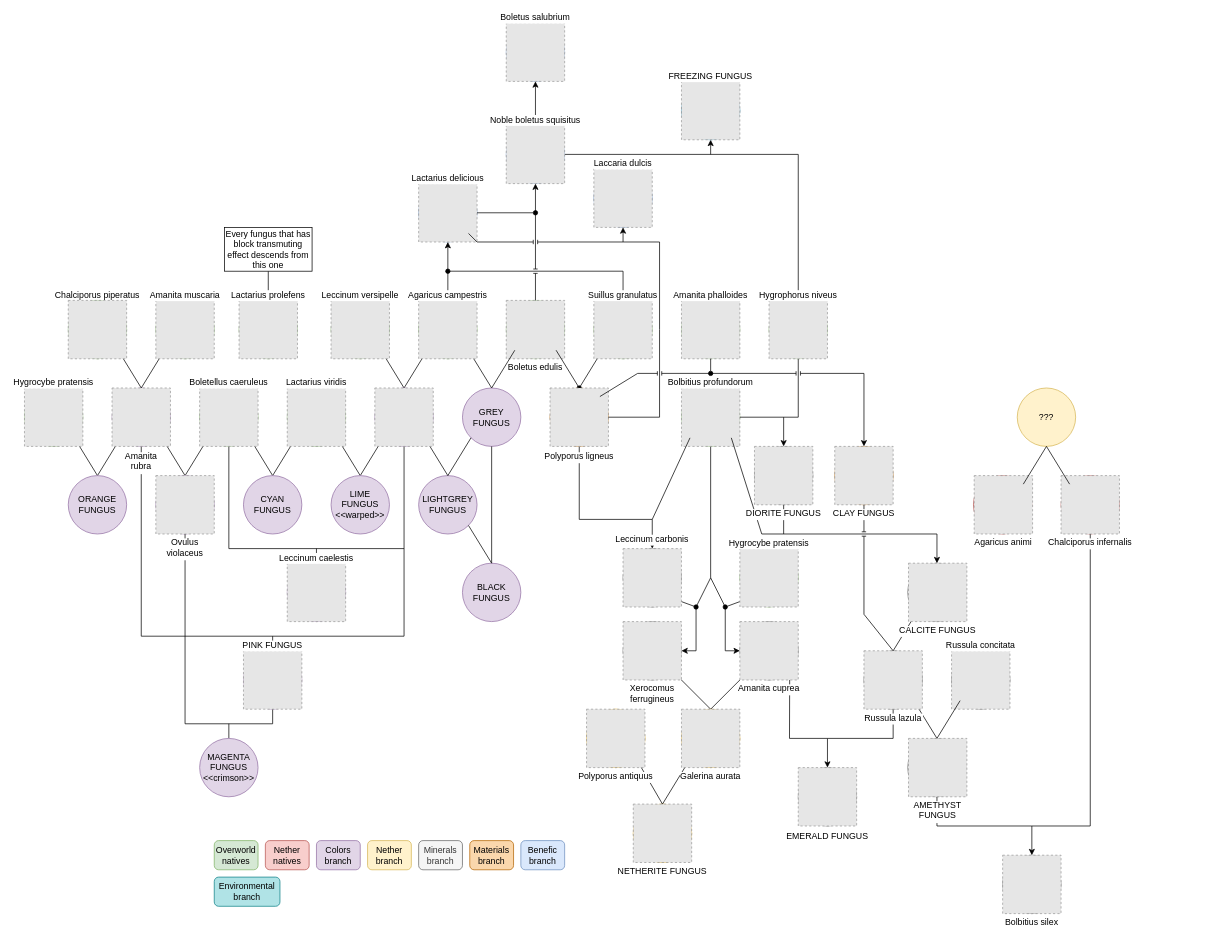
Earlier version of the draw.io diagram src/main/resources/data/mycologymod/mutations/mutations-diagram.drawio (SimoMett/MycologyMC). Source tidied: cells renumbered, new cells numbered last; positions are measured from the earlier drawing's top-left corner, leaving out a move shared by most shapes. Both pictures are drawn from the tidied source at 73%, with x=0, y=0 at pixel (24, 23). Pictures stored in the file or linked from it are replaced by grey dashed boxes.
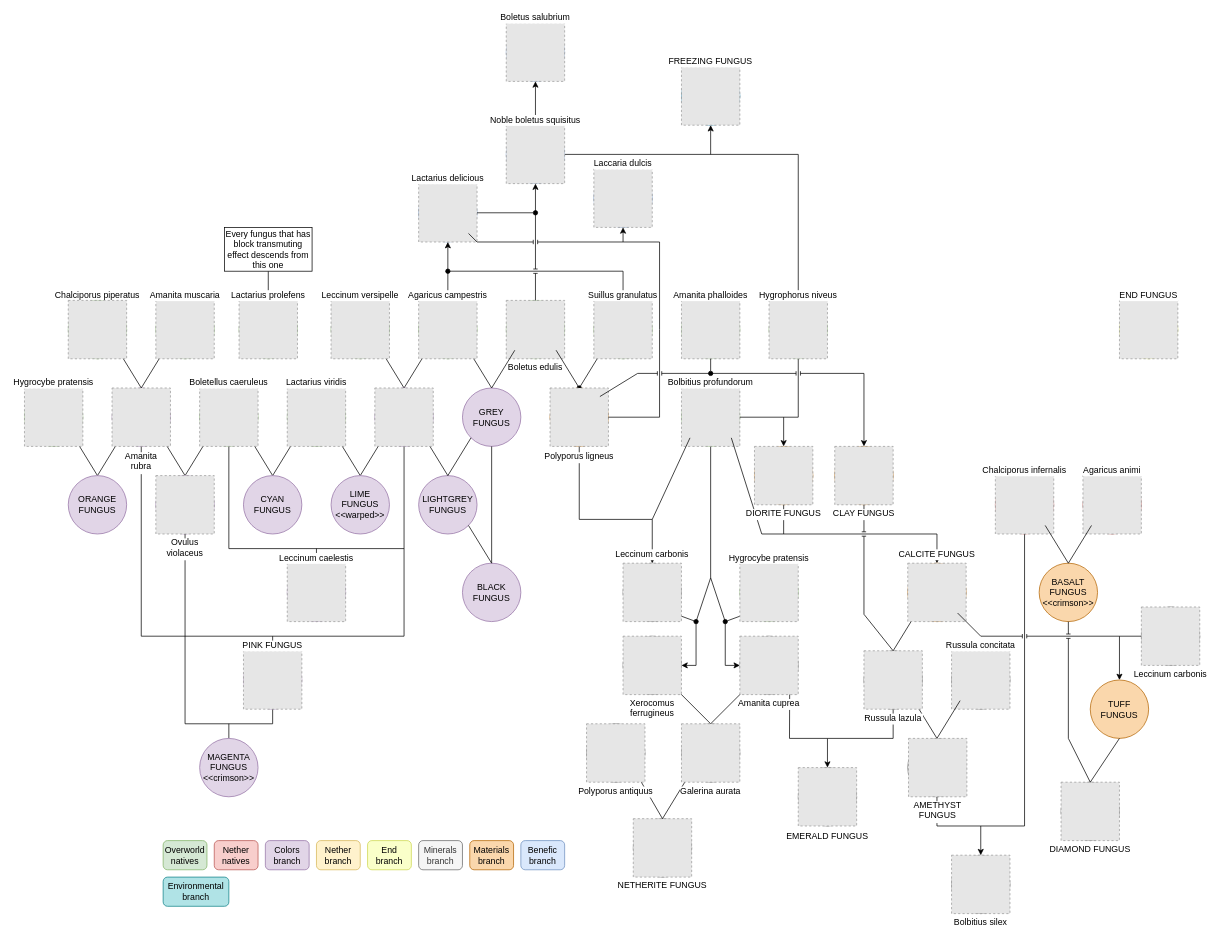
The same page after the edit.

Commit message (it also covers changes not shown here):
Added more mutations and TUFF_FUNGUS

Unchanged cells that the change refers to:
```xml
<mxCell id="21" value="CYAN&lt;br&gt;FUNGUS" style="ellipse;whiteSpace=wrap;html=1;fillColor=#e1d5e7;strokeColor=#9673a6;" parent="1" vertex="1">
  <mxGeometry x="300" y="620" width="80" height="80" as="geometry" />
</mxCell>
<mxCell id="28" value="LIME&lt;br&gt;FUNGUS&lt;br&gt;&amp;lt;&amp;lt;warped&amp;gt;&amp;gt;" style="ellipse;whiteSpace=wrap;html=1;fillColor=#e1d5e7;strokeColor=#9673a6;" parent="1" vertex="1">
  <mxGeometry x="420" y="620" width="80" height="80" as="geometry" />
</mxCell>
<mxCell id="69" style="ellipse;whiteSpace=wrap;html=1;fillColor=#d5e8d4;strokeColor=#82b366;" parent="1" vertex="1">
  <mxGeometry x="900" y="500" width="80" height="80" as="geometry" />
</mxCell>
<mxCell id="102" style="ellipse;whiteSpace=wrap;html=1;fillColor=#f5f5f5;fontColor=#333333;strokeColor=#666666;" parent="1" vertex="1">
  <mxGeometry x="1210" y="980" width="80" height="80" as="geometry" />
</mxCell>
```

Diff of the diagram source:
```diff
@@
+    <mxCell id="174" style="ellipse;whiteSpace=wrap;html=1;fillColor=#d5e8d4;strokeColor=#82b366;gradientColor=#E1D5E7;" parent="1" vertex="1">
+      <mxGeometry x="360" y="500" width="80" height="80" as="geometry" />
+    </mxCell>
     <mxCell id="2" style="ellipse;whiteSpace=wrap;html=1;fillColor=#f5f5f5;fontColor=#333333;strokeColor=#666666;" parent="1" vertex="1">
-      <mxGeometry x="1340" y="1140" width="80" height="80" as="geometry" />
+      <mxGeometry x="1270" y="1140" width="80" height="80" as="geometry" />
     </mxCell>
-    <mxCell id="3" style="ellipse;whiteSpace=wrap;html=1;fillColor=#ffe6cc;strokeColor=#d79b00;" parent="1" vertex="1">
-      <mxGeometry x="834" y="1070" width="80" height="80" as="geometry" />
+    <mxCell id="3" style="ellipse;whiteSpace=wrap;html=1;fillColor=#f5f5f5;strokeColor=#666666;fontColor=#333333;" parent="1" vertex="1">
+      <mxGeometry x="834" y="1090" width="80" height="80" as="geometry" />
     </mxCell>
@@
-    <mxCell id="18" style="ellipse;whiteSpace=wrap;html=1;fillColor=#d5e8d4;strokeColor=#82b366;" parent="1" vertex="1">
-      <mxGeometry x="360" y="500" width="80" height="80" as="geometry" />
-    </mxCell>
-    <mxCell id="19" style="endArrow=none;html=1;rounded=0;entryX=0;entryY=1;entryDx=0;entryDy=0;exitX=0.5;exitY=0;exitDx=0;exitDy=0;" parent="1" edge="1" source="21" target="18">
+    <mxCell id="19" style="endArrow=none;html=1;rounded=0;entryX=0;entryY=1;entryDx=0;entryDy=0;exitX=0.5;exitY=0;exitDx=0;exitDy=0;" parent="1" edge="1" source="21" target="174">
       <mxGeometry relative="1" as="geometry" />
     </mxCell>
@@
-    <mxCell id="27" style="endArrow=none;html=1;rounded=0;entryX=1;entryY=1;entryDx=0;entryDy=0;exitX=0.5;exitY=0;exitDx=0;exitDy=0;" parent="1" edge="1" source="28" target="18">
+    <mxCell id="27" style="endArrow=none;html=1;rounded=0;entryX=1;entryY=1;entryDx=0;entryDy=0;exitX=0.5;exitY=0;exitDx=0;exitDy=0;" parent="1" edge="1" source="28" target="174">
       <mxGeometry relative="1" as="geometry" />
     </mxCell>
@@
     <mxCell id="50" value="Overworld natives" style="rounded=1;whiteSpace=wrap;html=1;fillColor=#d5e8d4;strokeColor=#82b366;" parent="1" vertex="1">
-      <mxGeometry x="260" y="1120" width="60" height="40" as="geometry" />
+      <mxGeometry x="190" y="1120" width="60" height="40" as="geometry" />
     </mxCell>
     <mxCell id="51" value="Colors branch" style="rounded=1;whiteSpace=wrap;html=1;fillColor=#e1d5e7;strokeColor=#9673a6;" parent="1" vertex="1">
-      <mxGeometry x="400" y="1120" width="60" height="40" as="geometry" />
+      <mxGeometry x="330" y="1120" width="60" height="40" as="geometry" />
     </mxCell>
@@
     <mxCell id="60" style="ellipse;whiteSpace=wrap;html=1;fillColor=#f8cecc;strokeColor=#b85450;" parent="1" vertex="1">
-      <mxGeometry x="1420" y="620" width="80" height="80" as="geometry" />
+      <mxGeometry x="1330" y="620" width="80" height="80" as="geometry" />
     </mxCell>
     <mxCell id="61" value="Nether&lt;br&gt;natives" style="rounded=1;whiteSpace=wrap;html=1;fillColor=#f8cecc;strokeColor=#b85450;" parent="1" vertex="1">
-      <mxGeometry x="330" y="1120" width="60" height="40" as="geometry" />
+      <mxGeometry x="260" y="1120" width="60" height="40" as="geometry" />
     </mxCell>
     <mxCell id="62" style="ellipse;whiteSpace=wrap;html=1;fillColor=#f8cecc;strokeColor=#b85450;" parent="1" vertex="1">
-      <mxGeometry x="1300" y="620" width="80" height="80" as="geometry" />
+      <mxGeometry x="1450" y="620" width="80" height="80" as="geometry" />
     </mxCell>
     <mxCell id="63" value="NETHERITE FUNGUS" style="fillColor=#E6E6E6;strokeColor=#999999;dashed=1;verticalLabelPosition=bottom;labelBackgroundColor=default;verticalAlign=top;labelPosition=center;align=center;spacing=0;fontColor=default;" parent="1" vertex="1">
-      <mxGeometry x="834" y="1070" width="80" height="80" as="geometry" />
+      <mxGeometry x="834" y="1090" width="80" height="80" as="geometry" />
     </mxCell>
-    <mxCell id="64" style="ellipse;whiteSpace=wrap;html=1;fillColor=#ffe6cc;strokeColor=#d79b00;" parent="1" vertex="1">
-      <mxGeometry x="900" y="940" width="80" height="80" as="geometry" />
+    <mxCell id="64" style="ellipse;whiteSpace=wrap;html=1;fillColor=#f5f5f5;strokeColor=#666666;fontColor=#333333;" parent="1" vertex="1">
+      <mxGeometry x="900" y="960" width="80" height="80" as="geometry" />
     </mxCell>
-    <mxCell id="65" style="ellipse;whiteSpace=wrap;html=1;fillColor=#ffe6cc;strokeColor=#d79b00;" parent="1" vertex="1">
-      <mxGeometry x="770" y="940" width="80" height="80" as="geometry" />
+    <mxCell id="65" style="ellipse;whiteSpace=wrap;html=1;fillColor=#f5f5f5;strokeColor=#666666;fontColor=#333333;" parent="1" vertex="1">
+      <mxGeometry x="770" y="960" width="80" height="80" as="geometry" />
     </mxCell>
@@
     <mxCell id="68" value="Nether branch" style="rounded=1;whiteSpace=wrap;html=1;fillColor=#fff2cc;strokeColor=#d6b656;" parent="1" vertex="1">
-      <mxGeometry x="470" y="1120" width="60" height="40" as="geometry" />
+      <mxGeometry x="400" y="1120" width="60" height="40" as="geometry" />
     </mxCell>
@@
     <mxCell id="72" style="ellipse;whiteSpace=wrap;html=1;fillColor=#f5f5f5;fontColor=#333333;strokeColor=#666666;" parent="1" vertex="1">
-      <mxGeometry x="820" y="720" width="80" height="80" as="geometry" />
+      <mxGeometry x="820" y="740" width="80" height="80" as="geometry" />
     </mxCell>
@@
-    <mxCell id="74" style="endArrow=none;html=1;rounded=0;entryX=0.5;entryY=1;entryDx=0;entryDy=0;" parent="1" edge="1" target="69">
+    <mxCell id="74" style="endArrow=none;html=1;rounded=0;entryX=0.5;entryY=1;entryDx=0;entryDy=0;exitX=0;exitY=0.5;exitDx=0;exitDy=0;startArrow=classic;startFill=1;" parent="1" edge="1" source="79" target="69">
       <mxGeometry relative="1" as="geometry">
-        <mxPoint x="960" y="860" as="sourcePoint" />
         <Array as="points">
-          <mxPoint x="960" y="800" />
+          <mxPoint x="960" y="880" />
+          <mxPoint x="960" y="820" />
           <mxPoint x="940" y="760" />
         </Array>
       </mxGeometry>
     </mxCell>
@@
     <mxCell id="77" style="ellipse;whiteSpace=wrap;html=1;fillColor=#f5f5f5;fontColor=#333333;strokeColor=#666666;" parent="1" vertex="1">
-      <mxGeometry x="820" y="820" width="80" height="80" as="geometry" />
+      <mxGeometry x="820" y="840" width="80" height="80" as="geometry" />
     </mxCell>
     <mxCell id="78" style="endArrow=none;html=1;rounded=0;entryX=1;entryY=1;entryDx=0;entryDy=0;startArrow=oval;startFill=1;" parent="1" edge="1" target="72">
       <mxGeometry relative="1" as="geometry">
-        <mxPoint x="920" y="800" as="sourcePoint" />
+        <mxPoint x="920" y="820" as="sourcePoint" />
       </mxGeometry>
     </mxCell>
     <mxCell id="79" style="ellipse;whiteSpace=wrap;html=1;fillColor=#f5f5f5;fontColor=#333333;strokeColor=#666666;" parent="1" vertex="1">
-      <mxGeometry x="980" y="820" width="80" height="80" as="geometry" />
+      <mxGeometry x="980" y="840" width="80" height="80" as="geometry" />
     </mxCell>
@@
     <mxCell id="82" value="Galerina aurata" style="fillColor=#E6E6E6;strokeColor=#999999;dashed=1;verticalLabelPosition=bottom;labelBackgroundColor=default;verticalAlign=top;labelPosition=center;align=center;spacing=0;" parent="1" vertex="1">
-      <mxGeometry x="900" y="940" width="80" height="80" as="geometry" />
+      <mxGeometry x="900" y="960" width="80" height="80" as="geometry" />
     </mxCell>
     <mxCell id="83" value="Xerocomus&#10;ferrugineus" style="fillColor=#E6E6E6;strokeColor=#999999;dashed=1;verticalLabelPosition=bottom;labelBackgroundColor=default;verticalAlign=top;spacing=0;labelPosition=center;align=center;" parent="1" vertex="1">
-      <mxGeometry x="820" y="820" width="80" height="80" as="geometry" />
+      <mxGeometry x="820" y="840" width="80" height="80" as="geometry" />
     </mxCell>
@@
-    <mxCell id="87" value="Agaricus animi" style="fillColor=#E6E6E6;strokeColor=#999999;dashed=1;verticalLabelPosition=bottom;labelBackgroundColor=default;verticalAlign=top;spacing=0;labelPosition=center;align=center;" parent="1" vertex="1">
-      <mxGeometry x="1301" y="620" width="80" height="80" as="geometry" />
+    <mxCell id="87" value="Agaricus animi" style="fillColor=#E6E6E6;strokeColor=#999999;dashed=1;verticalLabelPosition=top;labelBackgroundColor=default;verticalAlign=bottom;spacing=0;labelPosition=center;align=center;" parent="1" vertex="1">
+      <mxGeometry x="1450" y="620" width="80" height="80" as="geometry" />
     </mxCell>
@@
     <mxCell id="100" style="endArrow=none;html=1;rounded=0;entryX=0.5;entryY=1;entryDx=0;entryDy=0;" parent="1" edge="1" target="60">
       <mxGeometry relative="1" as="geometry">
-        <mxPoint x="1380" y="1100" as="sourcePoint" />
-        <Array as="points">
-          <mxPoint x="1460" y="1100" />
-        </Array>
+        <mxPoint x="1370" y="1100" as="sourcePoint" />
       </mxGeometry>
     </mxCell>
     <mxCell id="101" value="Bolbitius silex" style="fillColor=#E6E6E6;strokeColor=#999999;dashed=1;verticalLabelPosition=bottom;labelBackgroundColor=default;verticalAlign=top;labelPosition=center;align=center;spacing=0;" parent="1" vertex="1">
-      <mxGeometry x="1340" y="1140" width="80" height="80" as="geometry" />
+      <mxGeometry x="1270" y="1140" width="80" height="80" as="geometry" />
     </mxCell>
@@
     <mxCell id="103" style="endArrow=none;html=1;rounded=0;entryX=0.5;entryY=1;entryDx=0;entryDy=0;" parent="1" edge="1" target="102">
       <mxGeometry relative="1" as="geometry">
-        <mxPoint x="1380" y="1100" as="sourcePoint" />
+        <mxPoint x="1370" y="1100" as="sourcePoint" />
         <Array as="points">
           <mxPoint x="1250" y="1100" />
         </Array>
       </mxGeometry>
     </mxCell>
@@
-    <mxCell id="112" style="ellipse;whiteSpace=wrap;html=1;fillColor=#f5f5f5;fontColor=#333333;strokeColor=#666666;" parent="1" vertex="1">
+    <mxCell id="112" style="ellipse;whiteSpace=wrap;html=1;fillColor=#fad7ac;strokeColor=#b46504;" parent="1" vertex="1">
       <mxGeometry x="1210" y="740" width="80" height="80" as="geometry" />
     </mxCell>
@@
-    <mxCell id="114" style="ellipse;whiteSpace=wrap;html=1;fillColor=#f5f5f5;fontColor=#333333;strokeColor=#666666;" parent="1" vertex="1">
+    <mxCell id="114" style="ellipse;whiteSpace=wrap;html=1;fillColor=#fad7ac;strokeColor=#b46504;" parent="1" vertex="1">
       <mxGeometry x="1000" y="580" width="80" height="80" as="geometry" />
     </mxCell>
@@
     <mxCell id="124" style="ellipse;whiteSpace=wrap;html=1;fillColor=#b1ddf0;strokeColor=#10739e;" parent="1" vertex="1">
-      <mxGeometry x="900" y="80" width="80" height="80" as="geometry" />
+      <mxGeometry x="900" y="60" width="80" height="80" as="geometry" />
     </mxCell>
@@
-    <mxCell id="129" value="CALCITE FUNGUS" style="fillColor=#E6E6E6;strokeColor=#999999;dashed=1;verticalLabelPosition=bottom;labelBackgroundColor=default;verticalAlign=top;spacing=0;" parent="1" vertex="1">
-      <mxGeometry x="1211" y="740" width="80" height="80" as="geometry" />
-    </mxCell>
     <mxCell id="130" value="Polyporus antiquus" style="fillColor=#E6E6E6;strokeColor=#999999;dashed=1;verticalLabelPosition=bottom;labelBackgroundColor=default;verticalAlign=top;spacing=0;labelPosition=center;align=center;" parent="1" vertex="1">
-      <mxGeometry x="770" y="940" width="80" height="80" as="geometry" />
+      <mxGeometry x="770" y="960" width="80" height="80" as="geometry" />
     </mxCell>
@@
     <mxCell id="139" style="endArrow=classic;html=1;rounded=0;entryX=0.5;entryY=0;entryDx=0;entryDy=0;" parent="1" edge="1" target="2">
       <mxGeometry relative="1" as="geometry">
-        <mxPoint x="1380" y="1100" as="sourcePoint" />
+        <mxPoint x="1310" y="1100" as="sourcePoint" />
       </mxGeometry>
     </mxCell>
-    <mxCell id="140" value="Chalciporus infernalis" style="fillColor=#E6E6E6;strokeColor=#999999;dashed=1;verticalLabelPosition=bottom;labelBackgroundColor=default;verticalAlign=top;spacing=0;labelPosition=center;align=center;" parent="1" vertex="1">
-      <mxGeometry x="1420" y="620" width="80" height="80" as="geometry" />
+    <mxCell id="140" value="Chalciporus infernalis" style="fillColor=#E6E6E6;strokeColor=#999999;dashed=1;verticalLabelPosition=top;labelBackgroundColor=default;verticalAlign=bottom;spacing=0;labelPosition=center;align=center;" parent="1" vertex="1">
+      <mxGeometry x="1330" y="620" width="80" height="80" as="geometry" />
     </mxCell>
-    <mxCell id="141" value="???" style="ellipse;whiteSpace=wrap;html=1;fillColor=#fff2cc;strokeColor=#d6b656;" parent="1" vertex="1">
-      <mxGeometry x="1360" y="500" width="80" height="80" as="geometry" />
+    <mxCell id="141" value="BASALT&lt;div&gt;FUNGUS&lt;/div&gt;&lt;div&gt;&amp;lt;&amp;lt;crimson&amp;gt;&amp;gt;&lt;/div&gt;" style="ellipse;whiteSpace=wrap;html=1;fillColor=#fad7ac;strokeColor=#b46504;" parent="1" vertex="1">
+      <mxGeometry x="1390" y="740" width="80" height="80" as="geometry" />
     </mxCell>
-    <mxCell id="142" style="endArrow=none;html=1;rounded=0;exitX=1;exitY=0;exitDx=0;exitDy=0;entryX=0.5;entryY=1;entryDx=0;entryDy=0;" parent="1" edge="1" source="62" target="141">
-      <mxGeometry relative="1" as="geometry" />
-    </mxCell>
-    <mxCell id="143" style="endArrow=none;html=1;rounded=0;entryX=0.5;entryY=1;entryDx=0;entryDy=0;exitX=0;exitY=0;exitDx=0;exitDy=0;" parent="1" edge="1" source="60" target="141">
-      <mxGeometry relative="1" as="geometry" />
-    </mxCell>
@@
     <mxCell id="163" value="Amanita cuprea" style="fillColor=#E6E6E6;strokeColor=#999999;dashed=1;verticalLabelPosition=bottom;labelBackgroundColor=default;verticalAlign=top;spacing=0;labelPosition=center;align=center;" parent="1" vertex="1">
-      <mxGeometry x="980" y="820" width="80" height="80" as="geometry" />
+      <mxGeometry x="980" y="840" width="80" height="80" as="geometry" />
     </mxCell>
     <mxCell id="164" style="ellipse;whiteSpace=wrap;html=1;fillColor=#d5e8d4;strokeColor=#82b366;gradientColor=#E1D5E7;" parent="1" vertex="1">
-      <mxGeometry x="980" y="720" width="80" height="80" as="geometry" />
+      <mxGeometry x="980" y="740" width="80" height="80" as="geometry" />
     </mxCell>
-    <mxCell id="165" style="endArrow=classic;html=1;rounded=0;entryX=0;entryY=0.5;entryDx=0;entryDy=0;" parent="1" edge="1" target="79">
-      <mxGeometry relative="1" as="geometry">
-        <mxPoint x="960" y="860" as="sourcePoint" />
-      </mxGeometry>
-    </mxCell>
     <mxCell id="166" style="endArrow=none;html=1;rounded=0;entryX=0;entryY=1;entryDx=0;entryDy=0;startArrow=oval;startFill=1;" parent="1" edge="1" target="164">
       <mxGeometry relative="1" as="geometry">
-        <mxPoint x="960" y="800" as="sourcePoint" />
+        <mxPoint x="960" y="820" as="sourcePoint" />
       </mxGeometry>
     </mxCell>
     <mxCell id="167" style="endArrow=classic;html=1;rounded=0;entryX=1;entryY=0.5;entryDx=0;entryDy=0;" parent="1" edge="1" target="77">
       <mxGeometry relative="1" as="geometry">
         <mxPoint x="940" y="760" as="sourcePoint" />
         <Array as="points">
-          <mxPoint x="920" y="800" />
-          <mxPoint x="920" y="860" />
+          <mxPoint x="920" y="820" />
+          <mxPoint x="920" y="880" />
         </Array>
       </mxGeometry>
     </mxCell>
@@
     <mxCell id="169" value="Leccinum carbonis" style="fillColor=#E6E6E6;strokeColor=#999999;dashed=1;verticalLabelPosition=top;labelBackgroundColor=default;verticalAlign=bottom;spacing=5;labelPosition=center;align=center;" parent="1" vertex="1">
-      <mxGeometry x="820" y="720" width="80" height="80" as="geometry" />
+      <mxGeometry x="820" y="740" width="80" height="80" as="geometry" />
     </mxCell>
@@
     <mxCell id="171" value="Hygrocybe pratensis" style="fillColor=#E6E6E6;strokeColor=#999999;dashed=1;verticalLabelPosition=top;labelBackgroundColor=default;verticalAlign=bottom;spacing=0;labelPosition=center;align=center;" parent="1" vertex="1">
-      <mxGeometry x="980" y="720" width="80" height="80" as="geometry" />
+      <mxGeometry x="980" y="740" width="80" height="80" as="geometry" />
     </mxCell>
     <mxCell id="172" value="Environmental&lt;div&gt;branch&lt;/div&gt;" style="rounded=1;whiteSpace=wrap;html=1;fillColor=#b0e3e6;strokeColor=#0e8088;" parent="1" vertex="1">
-      <mxGeometry x="260" y="1170" width="90" height="40" as="geometry" />
+      <mxGeometry x="190" y="1170" width="90" height="40" as="geometry" />
     </mxCell>
     <mxCell id="173" value="FREEZING FUNGUS" style="fillColor=#E6E6E6;strokeColor=#999999;dashed=1;verticalLabelPosition=top;labelBackgroundColor=default;verticalAlign=bottom;spacing=0;labelPosition=center;align=center;" parent="1" vertex="1">
-      <mxGeometry x="900" y="80" width="80" height="80" as="geometry" />
+      <mxGeometry x="900" y="60" width="80" height="80" as="geometry" />
     </mxCell>
+    <mxCell id="175" style="ellipse;whiteSpace=wrap;html=1;fillColor=#f5f5f5;fontColor=#333333;strokeColor=#666666;" parent="1" vertex="1">
+      <mxGeometry x="1420" y="1040" width="80" height="80" as="geometry" />
+    </mxCell>
+    <mxCell id="176" value="DIAMOND FUNGUS" style="fillColor=#E6E6E6;strokeColor=#999999;dashed=1;verticalLabelPosition=bottom;labelBackgroundColor=default;verticalAlign=top;spacing=0;labelPosition=center;align=center;" parent="1" vertex="1">
+      <mxGeometry x="1420" y="1040" width="80" height="80" as="geometry" />
+    </mxCell>
+    <mxCell id="177" value="End branch" style="rounded=1;whiteSpace=wrap;html=1;fillColor=#FAFFC9;strokeColor=#CDD64F;" parent="1" vertex="1">
+      <mxGeometry x="470" y="1120" width="60" height="40" as="geometry" />
+    </mxCell>
+    <mxCell id="178" style="ellipse;whiteSpace=wrap;html=1;rounded=1;strokeColor=#CDD64F;align=center;verticalAlign=middle;fontFamily=Helvetica;fontSize=12;fontColor=default;fillColor=#FAFFC9;" parent="1" vertex="1">
+      <mxGeometry x="1500" y="380" width="80" height="80" as="geometry" />
+    </mxCell>
+    <mxCell id="179" value="END FUNGUS" style="fillColor=#E6E6E6;strokeColor=#999999;dashed=1;verticalLabelPosition=top;labelBackgroundColor=default;verticalAlign=bottom;spacing=0;labelPosition=center;align=center;" parent="1" vertex="1">
+      <mxGeometry x="1500" y="380" width="80" height="80" as="geometry" />
+    </mxCell>
+    <mxCell id="180" style="ellipse;whiteSpace=wrap;html=1;fillColor=#f5f5f5;fontColor=#333333;strokeColor=#666666;" parent="1" vertex="1">
+      <mxGeometry x="1530" y="800" width="80" height="80" as="geometry" />
+    </mxCell>
+    <mxCell id="181" value="Leccinum carbonis" style="fillColor=#E6E6E6;strokeColor=#999999;dashed=1;verticalLabelPosition=bottom;labelBackgroundColor=default;verticalAlign=top;spacing=0;labelPosition=center;align=center;" parent="1" vertex="1">
+      <mxGeometry x="1530" y="800" width="80" height="80" as="geometry" />
+    </mxCell>
+    <mxCell id="129" value="CALCITE FUNGUS" style="fillColor=#E6E6E6;strokeColor=#999999;dashed=1;verticalLabelPosition=top;labelBackgroundColor=default;verticalAlign=bottom;spacing=5;labelPosition=center;align=center;" parent="1" vertex="1">
+      <mxGeometry x="1210" y="740" width="80" height="80" as="geometry" />
+    </mxCell>
+    <mxCell id="182" style="endArrow=classic;html=1;rounded=0;exitX=1;exitY=1;exitDx=0;exitDy=0;entryX=0.5;entryY=0;entryDx=0;entryDy=0;jumpStyle=line;" parent="1" edge="1" source="112" target="183">
+      <mxGeometry relative="1" as="geometry">
+        <Array as="points">
+          <mxPoint x="1310" y="840" />
+          <mxPoint x="1500" y="840" />
+        </Array>
+      </mxGeometry>
+    </mxCell>
+    <mxCell id="183" value="TUFF&lt;div&gt;FUNGUS&lt;/div&gt;" style="ellipse;whiteSpace=wrap;html=1;fillColor=#fad7ac;strokeColor=#b46504;" parent="1" vertex="1">
+      <mxGeometry x="1460" y="900" width="80" height="80" as="geometry" />
+    </mxCell>
+    <mxCell id="184" style="endArrow=none;html=1;rounded=0;entryX=0;entryY=0.5;entryDx=0;entryDy=0;" parent="1" edge="1" target="180">
+      <mxGeometry relative="1" as="geometry">
+        <mxPoint x="1500" y="840" as="sourcePoint" />
+      </mxGeometry>
+    </mxCell>
+    <mxCell id="185" style="endArrow=none;html=1;rounded=0;entryX=0;entryY=1;entryDx=0;entryDy=0;exitX=0.5;exitY=0;exitDx=0;exitDy=0;" parent="1" edge="1" source="141" target="62">
+      <mxGeometry relative="1" as="geometry" />
+    </mxCell>
+    <mxCell id="186" style="endArrow=none;html=1;rounded=0;entryX=1;entryY=1;entryDx=0;entryDy=0;exitX=0.5;exitY=0;exitDx=0;exitDy=0;" parent="1" edge="1" source="141" target="60">
+      <mxGeometry relative="1" as="geometry" />
+    </mxCell>
+    <mxCell id="187" style="endArrow=none;html=1;rounded=0;entryX=0.5;entryY=1;entryDx=0;entryDy=0;exitX=0.5;exitY=0;exitDx=0;exitDy=0;jumpStyle=line;" parent="1" edge="1" source="175" target="141">
+      <mxGeometry relative="1" as="geometry">
+        <Array as="points">
+          <mxPoint x="1430" y="980" />
+        </Array>
+      </mxGeometry>
+    </mxCell>
+    <mxCell id="188" style="endArrow=none;html=1;rounded=0;exitX=0.5;exitY=0;exitDx=0;exitDy=0;entryX=0.5;entryY=1;entryDx=0;entryDy=0;" parent="1" edge="1" source="175" target="183">
+      <mxGeometry relative="1" as="geometry" />
+    </mxCell>
```
